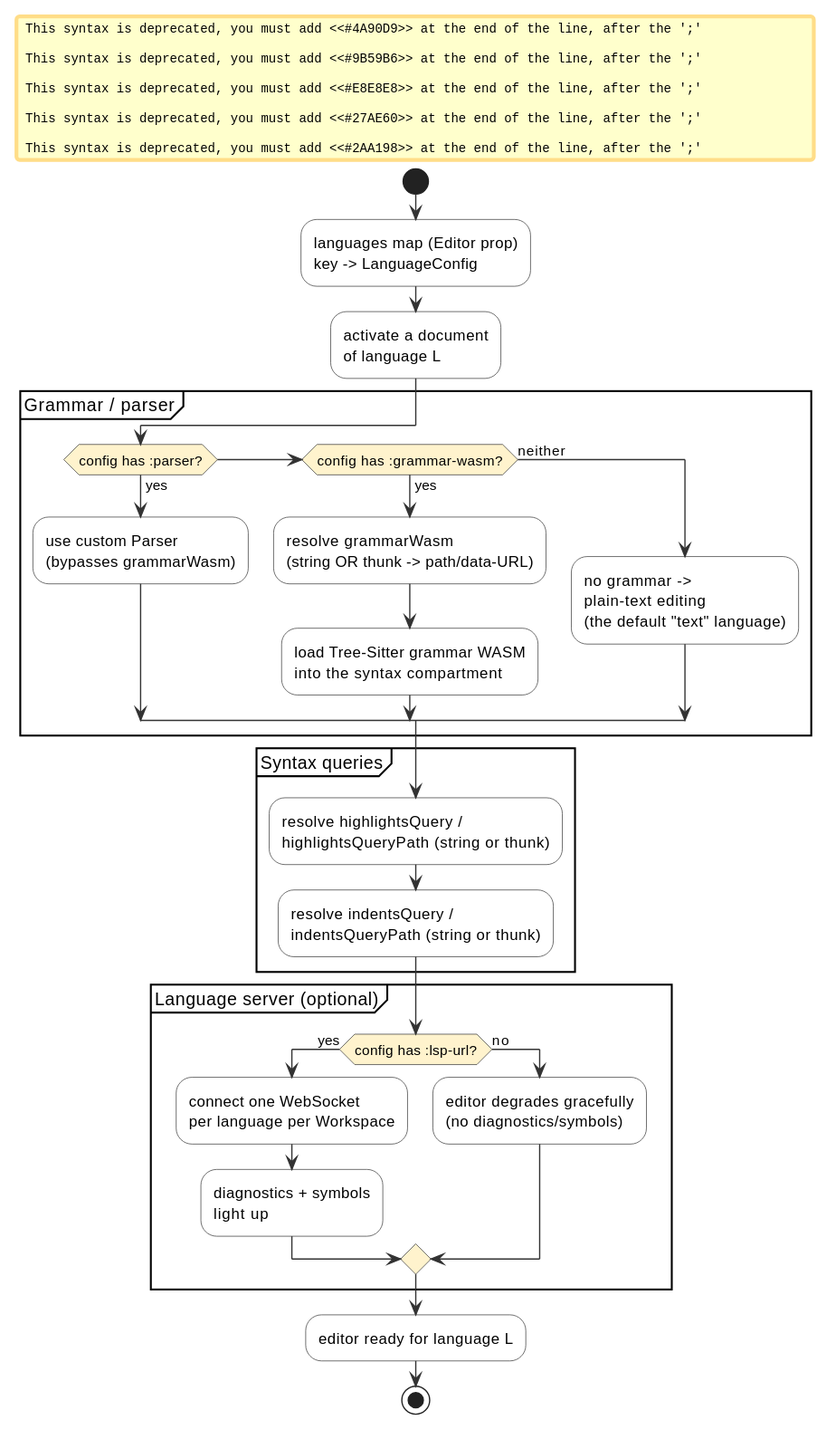
The PlantUML diagram docs/guide/diagrams/language-resolution.svg in F1R3FLY-io/lightning-bug, before a commit. Its source is kept beside it as docs/guide/diagrams/language-resolution.puml. The source it was exported from:
```plantuml
@startuml
skinparam backgroundColor #FFFFFF
skinparam shadowing false
skinparam activity {
  BackgroundColor #FFFFFF
  BorderColor #333333
  DiamondBackgroundColor #FFF3CD
  ArrowColor #333333
}
start
:languages map (Editor prop)\nkey -> LanguageConfig;
#4A90D9:activate a document\nof language L;

partition "Grammar / parser" {
  if (config has :parser?) then (yes)
    #9B59B6:use custom Parser\n(bypasses grammarWasm);
  elseif (config has :grammar-wasm?) then (yes)
    #9B59B6:resolve grammarWasm\n(string OR thunk -> path/data-URL);
    #9B59B6:load Tree-Sitter grammar WASM\ninto the syntax compartment;
  else (neither)
    #E8E8E8:no grammar ->\nplain-text editing\n(the default "text" language);
  endif
}

partition "Syntax queries" {
  #9B59B6:resolve highlightsQuery /\nhighlightsQueryPath (string or thunk);
  #9B59B6:resolve indentsQuery /\nindentsQueryPath (string or thunk);
}

partition "Language server (optional)" {
  if (config has :lsp-url?) then (yes)
    #27AE60:connect one WebSocket\nper language per Workspace;
    #27AE60:diagnostics + symbols\nlight up;
  else (no)
    #E8E8E8:editor degrades gracefully\n(no diagnostics/symbols);
  endif
}

#2AA198:editor ready for language L;
stop
@enduml
```
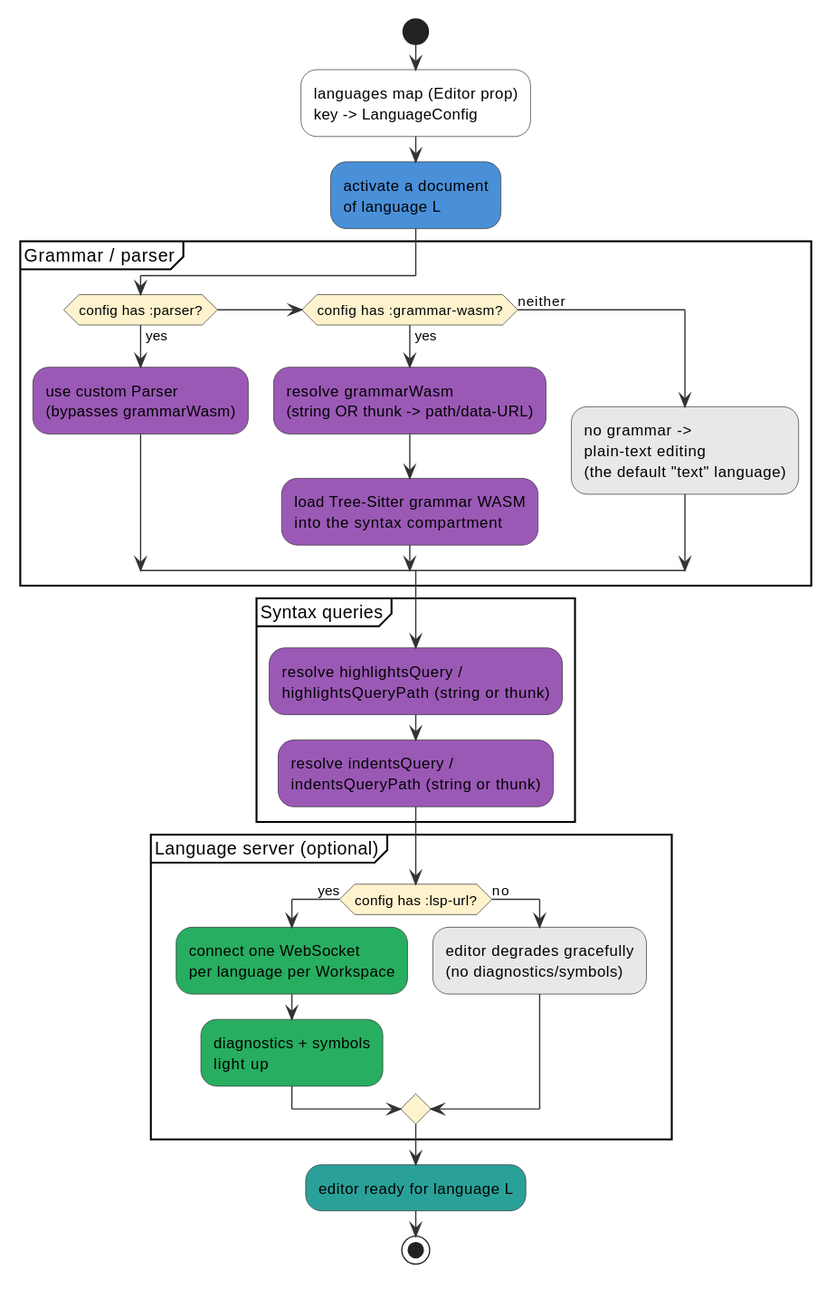
The same file after the commit.

Commit message:
fix(docs): replace deprecated PlantUML activity-colour syntax; add docs linter

The edit, as a diff of the source:
```diff
@@ -9,33 +9,33 @@
 }
 start
 :languages map (Editor prop)\nkey -> LanguageConfig;
-#4A90D9:activate a document\nof language L;
+:activate a document\nof language L; <<#4A90D9>>
 
 partition "Grammar / parser" {
   if (config has :parser?) then (yes)
-    #9B59B6:use custom Parser\n(bypasses grammarWasm);
+    :use custom Parser\n(bypasses grammarWasm); <<#9B59B6>>
   elseif (config has :grammar-wasm?) then (yes)
-    #9B59B6:resolve grammarWasm\n(string OR thunk -> path/data-URL);
-    #9B59B6:load Tree-Sitter grammar WASM\ninto the syntax compartment;
+    :resolve grammarWasm\n(string OR thunk -> path/data-URL); <<#9B59B6>>
+    :load Tree-Sitter grammar WASM\ninto the syntax compartment; <<#9B59B6>>
   else (neither)
-    #E8E8E8:no grammar ->\nplain-text editing\n(the default "text" language);
+    :no grammar ->\nplain-text editing\n(the default "text" language); <<#E8E8E8>>
   endif
 }
 
 partition "Syntax queries" {
-  #9B59B6:resolve highlightsQuery /\nhighlightsQueryPath (string or thunk);
-  #9B59B6:resolve indentsQuery /\nindentsQueryPath (string or thunk);
+  :resolve highlightsQuery /\nhighlightsQueryPath (string or thunk); <<#9B59B6>>
+  :resolve indentsQuery /\nindentsQueryPath (string or thunk); <<#9B59B6>>
 }
 
 partition "Language server (optional)" {
   if (config has :lsp-url?) then (yes)
-    #27AE60:connect one WebSocket\nper language per Workspace;
-    #27AE60:diagnostics + symbols\nlight up;
+    :connect one WebSocket\nper language per Workspace; <<#27AE60>>
+    :diagnostics + symbols\nlight up; <<#27AE60>>
   else (no)
-    #E8E8E8:editor degrades gracefully\n(no diagnostics/symbols);
+    :editor degrades gracefully\n(no diagnostics/symbols); <<#E8E8E8>>
   endif
 }
 
-#2AA198:editor ready for language L;
+:editor ready for language L; <<#2AA198>>
 stop
 @enduml
```
